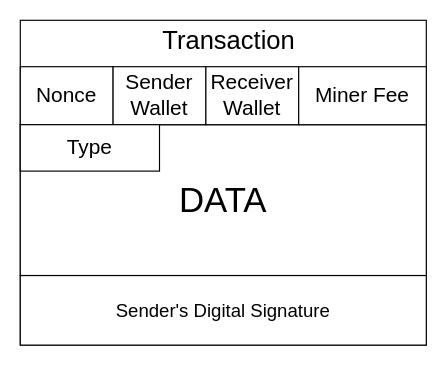
MlgEpicBanana69/dreamveil keeps this draw.io diagram as Diagrams/Transaction.drawio. Above is the earlier version. Source tidied: cells renumbered, new cells numbered last; positions are measured from the earlier drawing's top-left corner, leaving out a move shared by most shapes. Both pictures are drawn from the tidied source at 116%, with x=0, y=0 at pixel (20, 20).
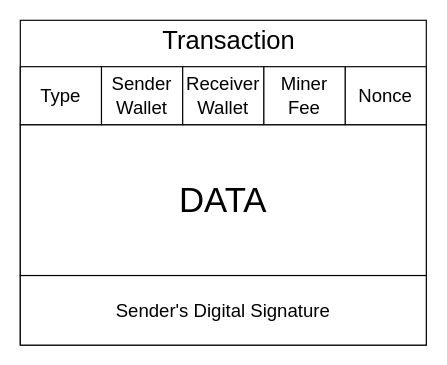
After the change.

Commit message (it also covers changes not shown here):
Changed order of transaction initializing

Change to the diagram source:
```diff
@@
 <mxGraphModel>
   <root>
     <mxCell id="0" />
     <mxCell id="1" parent="0" />
     <mxCell id="2" style="rounded=0;whiteSpace=wrap;html=1;" parent="1" vertex="1">
       <mxGeometry width="350" height="280" as="geometry" />
     </mxCell>
     <mxCell id="3" value="&lt;span&gt;&lt;font style=&quot;font-size: 16px&quot;&gt;Sender's Digital Signature&lt;/font&gt;&lt;/span&gt;" style="rounded=0;whiteSpace=wrap;html=1;" parent="1" vertex="1">
       <mxGeometry y="220" width="350" height="60" as="geometry" />
     </mxCell>
     <mxCell id="4" value="&lt;font style=&quot;font-size: 30px&quot;&gt;DATA&lt;/font&gt;" style="rounded=0;whiteSpace=wrap;html=1;" parent="1" vertex="1">
       <mxGeometry y="90" width="350" height="130" as="geometry" />
     </mxCell>
     <mxCell id="5" value="&lt;font style=&quot;font-size: 22px;&quot;&gt;Transaction&lt;/font&gt;" style="text;html=1;strokeColor=none;fillColor=none;align=center;verticalAlign=middle;whiteSpace=wrap;rounded=0;fontSize=22;" parent="1" vertex="1">
       <mxGeometry x="105" y="3" width="150" height="30" as="geometry" />
     </mxCell>
-    <mxCell id="6" value="Nonce" style="rounded=0;whiteSpace=wrap;html=1;fontSize=18;" parent="1" vertex="1">
-      <mxGeometry y="40" width="80" height="50" as="geometry" />
+    <mxCell id="6" value="Type" style="rounded=0;whiteSpace=wrap;html=1;fontSize=16;" parent="1" vertex="1">
+      <mxGeometry y="40" width="70" height="50" as="geometry" />
     </mxCell>
-    <mxCell id="7" value="Sender&lt;br style=&quot;font-size: 18px;&quot;&gt;Wallet" style="rounded=0;whiteSpace=wrap;html=1;fontSize=18;" parent="1" vertex="1">
-      <mxGeometry x="80" y="40" width="80" height="50" as="geometry" />
+    <mxCell id="7" value="Sender&lt;br style=&quot;font-size: 16px;&quot;&gt;Wallet" style="rounded=0;whiteSpace=wrap;html=1;fontSize=16;" parent="1" vertex="1">
+      <mxGeometry x="70" y="40" width="70" height="50" as="geometry" />
     </mxCell>
-    <mxCell id="8" value="Receiver&lt;br style=&quot;font-size: 18px;&quot;&gt;Wallet" style="rounded=0;whiteSpace=wrap;html=1;fontSize=18;" parent="1" vertex="1">
-      <mxGeometry x="160" y="40" width="80" height="50" as="geometry" />
+    <mxCell id="8" value="Receiver&lt;br style=&quot;font-size: 16px;&quot;&gt;Wallet" style="rounded=0;whiteSpace=wrap;html=1;fontSize=16;" parent="1" vertex="1">
+      <mxGeometry x="140" y="40" width="70" height="50" as="geometry" />
     </mxCell>
-    <mxCell id="9" value="Type" style="rounded=0;whiteSpace=wrap;html=1;fontSize=18;" parent="1" vertex="1">
-      <mxGeometry y="90" width="120" height="40" as="geometry" />
+    <mxCell id="9" value="Nonce" style="rounded=0;whiteSpace=wrap;html=1;fontSize=16;" parent="1" vertex="1">
+      <mxGeometry x="280" y="40" width="70" height="50" as="geometry" />
     </mxCell>
-    <mxCell id="10" value="Miner Fee" style="rounded=0;whiteSpace=wrap;html=1;fontSize=18;" parent="1" vertex="1">
-      <mxGeometry x="240" y="40" width="110" height="50" as="geometry" />
+    <mxCell id="10" value="Miner Fee" style="rounded=0;whiteSpace=wrap;html=1;fontSize=16;" parent="1" vertex="1">
+      <mxGeometry x="210" y="40" width="70" height="50" as="geometry" />
     </mxCell>
   </root>
 </mxGraphModel>
```
